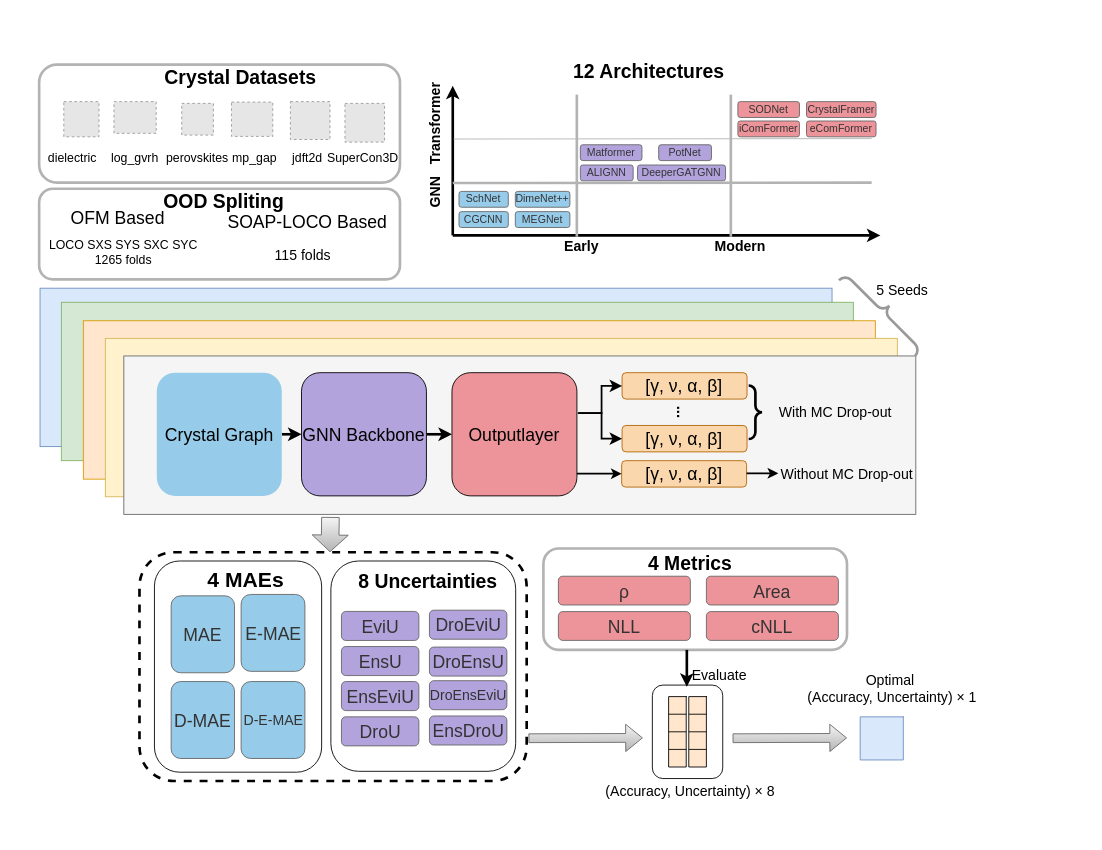
Earlier version of the draw.io diagram draw.io/MatUQ-frame.drawio (tetean/image-host). Source tidied: cells renumbered, new cells numbered last; positions are measured from the earlier drawing's top-left corner, leaving out a move shared by most shapes. Both pictures are drawn from the tidied source at 88%, with x=0, y=0 at pixel (39, 59). Pictures stored in the file or linked from it are replaced by grey dashed boxes.
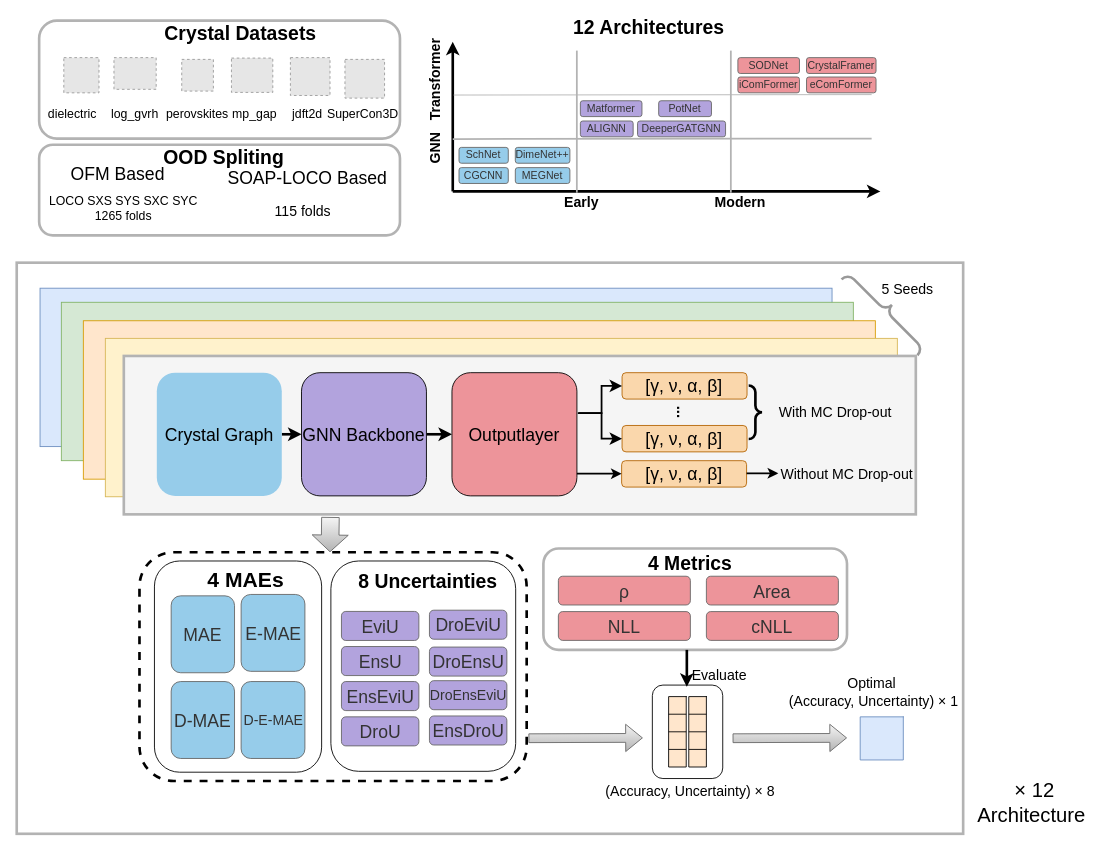
Above is the later version.

Change to the diagram source:
```diff
@@
+    <mxCell id="120" style="rounded=0;whiteSpace=wrap;html=1;strokeWidth=3;strokeColor=light-dark(#B3B3B3,#B3B3B3);" parent="1" vertex="1">
+      <mxGeometry x="-25.5" y="231" width="1075.5" height="649" as="geometry" />
+    </mxCell>
@@
     <mxCell id="3" style="rounded=1;whiteSpace=wrap;html=1;strokeWidth=3;strokeColor=light-dark(#B3B3B3,#B3B3B3);" parent="1" vertex="1">
-      <mxGeometry y="6" width="410" height="134" as="geometry" />
+      <mxGeometry y="-44" width="410" height="134" as="geometry" />
     </mxCell>
     <mxCell id="4" style="rounded=1;whiteSpace=wrap;html=1;strokeWidth=3;strokeColor=light-dark(#B3B3B3,#B3B3B3);" parent="1" vertex="1">
-      <mxGeometry y="147" width="410" height="103" as="geometry" />
+      <mxGeometry y="97" width="410" height="103" as="geometry" />
     </mxCell>
     <mxCell id="5" style="endArrow=classic;html=1;rounded=0;strokeWidth=3;" parent="1" edge="1">
       <mxGeometry relative="1" as="geometry">
-        <mxPoint x="470" y="200" as="sourcePoint" />
-        <mxPoint x="956" y="200" as="targetPoint" />
+        <mxPoint x="470" y="150" as="sourcePoint" />
+        <mxPoint x="956" y="150" as="targetPoint" />
       </mxGeometry>
     </mxCell>
     <mxCell id="6" style="endArrow=classic;html=1;rounded=0;strokeWidth=3;" parent="1" edge="1">
       <mxGeometry relative="1" as="geometry">
-        <mxPoint x="470" y="200" as="sourcePoint" />
-        <mxPoint x="470" y="30" as="targetPoint" />
+        <mxPoint x="470" y="150" as="sourcePoint" />
+        <mxPoint x="470" y="-20" as="targetPoint" />
       </mxGeometry>
     </mxCell>
     <mxCell id="7" value="&lt;span style=&quot;&quot;&gt;CGCNN&lt;/span&gt;" style="rounded=1;whiteSpace=wrap;html=1;rotation=0;labelBackgroundColor=none;fillColor=#96CCEA;fontColor=#333333;strokeColor=#666666;" parent="1" vertex="1">
-      <mxGeometry x="477.1" y="173" width="56" height="18" as="geometry" />
+      <mxGeometry x="477.1" y="123" width="56" height="18" as="geometry" />
     </mxCell>
     <mxCell id="8" value="&lt;b&gt;&lt;font style=&quot;font-size: 22px;&quot;&gt;12 Architectures&amp;nbsp;&lt;/font&gt;&lt;/b&gt;" style="text;html=1;whiteSpace=wrap;strokeColor=none;fillColor=none;align=center;verticalAlign=middle;rounded=0;rotation=0;" parent="1" vertex="1">
-      <mxGeometry x="416" width="560" height="30" as="geometry" />
+      <mxGeometry x="416" y="-50" width="560" height="30" as="geometry" />
     </mxCell>
     <mxCell id="9" value="&lt;span style=&quot;&quot;&gt;SchNet&lt;/span&gt;" style="rounded=1;whiteSpace=wrap;html=1;rotation=0;labelBackgroundColor=none;fillColor=#96CCEA;fontColor=#333333;strokeColor=#666666;" parent="1" vertex="1">
-      <mxGeometry x="477.1" y="150" width="56" height="18" as="geometry" />
+      <mxGeometry x="477.1" y="100" width="56" height="18" as="geometry" />
     </mxCell>
     <mxCell id="10" value="&lt;span style=&quot;&quot;&gt;MEGNet&lt;/span&gt;" style="rounded=1;whiteSpace=wrap;html=1;rotation=0;labelBackgroundColor=none;fillColor=#96CCEA;fontColor=#333333;strokeColor=#666666;" parent="1" vertex="1">
-      <mxGeometry x="541.1" y="173" width="62" height="18" as="geometry" />
+      <mxGeometry x="541.1" y="123" width="62" height="18" as="geometry" />
     </mxCell>
     <mxCell id="11" value="ALIGNN" style="rounded=1;whiteSpace=wrap;html=1;rotation=0;labelBackgroundColor=none;fillColor=#B2A3DD;fontColor=#333333;strokeColor=#666666;" parent="1" vertex="1">
-      <mxGeometry x="615" y="120" width="60" height="18" as="geometry" />
+      <mxGeometry x="615" y="70" width="60" height="18" as="geometry" />
     </mxCell>
     <mxCell id="12" value="PotNet" style="rounded=1;whiteSpace=wrap;html=1;rotation=0;labelBackgroundColor=none;fillColor=#B2A3DD;fontColor=#333333;strokeColor=#666666;" parent="1" vertex="1">
-      <mxGeometry x="704" y="97" width="60" height="18" as="geometry" />
+      <mxGeometry x="704" y="47" width="60" height="18" as="geometry" />
     </mxCell>
     <mxCell id="13" value="iComFormer" style="rounded=1;whiteSpace=wrap;html=1;rotation=0;labelBackgroundColor=none;fillColor=#ED949A;fontColor=#333333;strokeColor=#666666;" parent="1" vertex="1">
-      <mxGeometry x="794" y="70" width="70" height="18" as="geometry" />
+      <mxGeometry x="794" y="20" width="70" height="18" as="geometry" />
     </mxCell>
     <mxCell id="14" value="eComFormer" style="rounded=1;whiteSpace=wrap;html=1;rotation=0;labelBackgroundColor=none;fillColor=#ED949A;fontColor=#333333;strokeColor=#666666;" parent="1" vertex="1">
-      <mxGeometry x="872" y="70" width="79" height="18" as="geometry" />
+      <mxGeometry x="872" y="20" width="79" height="18" as="geometry" />
     </mxCell>
     <mxCell id="15" value="DeeperGATGNN" style="rounded=1;whiteSpace=wrap;html=1;rotation=0;labelBackgroundColor=none;fillColor=#B2A3DD;fontColor=#333333;strokeColor=#666666;" parent="1" vertex="1">
-      <mxGeometry x="680" y="120" width="100" height="18" as="geometry" />
+      <mxGeometry x="680" y="70" width="100" height="18" as="geometry" />
     </mxCell>
     <mxCell id="16" value="Matformer" style="rounded=1;whiteSpace=wrap;html=1;rotation=0;labelBackgroundColor=none;fillColor=#B2A3DD;fontColor=#333333;strokeColor=#666666;" parent="1" vertex="1">
-      <mxGeometry x="615" y="97" width="70" height="18" as="geometry" />
+      <mxGeometry x="615" y="47" width="70" height="18" as="geometry" />
     </mxCell>
     <mxCell id="17" value="SODNet" style="rounded=1;whiteSpace=wrap;html=1;rotation=0;labelBackgroundColor=none;fillColor=#ED949A;fontColor=#333333;strokeColor=#666666;" parent="1" vertex="1">
-      <mxGeometry x="794" y="48" width="70" height="18" as="geometry" />
+      <mxGeometry x="794" y="-2" width="70" height="18" as="geometry" />
     </mxCell>
     <mxCell id="18" value="CrystalFramer" style="rounded=1;whiteSpace=wrap;html=1;rotation=0;labelBackgroundColor=none;fillColor=#ED949A;fontColor=#333333;strokeColor=#666666;" parent="1" vertex="1">
-      <mxGeometry x="872" y="48" width="79" height="18" as="geometry" />
+      <mxGeometry x="872" y="-2" width="79" height="18" as="geometry" />
     </mxCell>
-    <mxCell id="19" style="endArrow=none;html=1;rounded=0;strokeColor=light-dark(#B3B3B3,#B3B3B3);strokeWidth=3;" parent="1" edge="1">
+    <mxCell id="19" style="endArrow=none;html=1;rounded=0;strokeColor=light-dark(#B3B3B3,#B3B3B3);strokeWidth=2;" parent="1" edge="1">
       <mxGeometry relative="1" as="geometry">
-        <mxPoint x="470" y="140.5" as="sourcePoint" />
-        <mxPoint x="946" y="140" as="targetPoint" />
+        <mxPoint x="470" y="90.5" as="sourcePoint" />
+        <mxPoint x="946" y="90" as="targetPoint" />
       </mxGeometry>
     </mxCell>
     <mxCell id="20" value="DimeNet++" style="rounded=1;whiteSpace=wrap;html=1;rotation=0;labelBackgroundColor=none;fillColor=#96CCEA;fontColor=#333333;strokeColor=#666666;" parent="1" vertex="1">
-      <mxGeometry x="541.1" y="150" width="62" height="18" as="geometry" />
+      <mxGeometry x="541.1" y="100" width="62" height="18" as="geometry" />
     </mxCell>
     <mxCell id="21" style="endArrow=none;html=1;rounded=0;strokeColor=#B3B3B3;" parent="1" edge="1">
       <mxGeometry relative="1" as="geometry">
-        <mxPoint x="471" y="90.5" as="sourcePoint" />
-        <mxPoint x="946" y="90" as="targetPoint" />
+        <mxPoint x="471" y="40.5" as="sourcePoint" />
+        <mxPoint x="946" y="40" as="targetPoint" />
       </mxGeometry>
     </mxCell>
-    <mxCell id="22" style="endArrow=none;html=1;rounded=0;fillColor=#f5f5f5;strokeColor=light-dark(#B3B3B3,#B3B3B3);strokeWidth=3;" parent="1" edge="1">
+    <mxCell id="22" style="endArrow=none;html=1;rounded=0;fillColor=#f5f5f5;strokeColor=light-dark(#B3B3B3,#B3B3B3);strokeWidth=2;" parent="1" edge="1">
       <mxGeometry relative="1" as="geometry">
-        <mxPoint x="611" y="201.5" as="sourcePoint" />
-        <mxPoint x="611" y="40" as="targetPoint" />
+        <mxPoint x="611" y="151.5" as="sourcePoint" />
+        <mxPoint x="611" y="-10" as="targetPoint" />
       </mxGeometry>
     </mxCell>
-    <mxCell id="23" style="endArrow=none;html=1;rounded=0;strokeColor=light-dark(#B3B3B3,#B3B3B3);strokeWidth=3;" parent="1" edge="1">
+    <mxCell id="23" style="endArrow=none;html=1;rounded=0;strokeColor=light-dark(#B3B3B3,#B3B3B3);strokeWidth=2;" parent="1" edge="1">
       <mxGeometry relative="1" as="geometry">
-        <mxPoint x="786" y="201.5" as="sourcePoint" />
-        <mxPoint x="786" y="40" as="targetPoint" />
+        <mxPoint x="786" y="151.5" as="sourcePoint" />
+        <mxPoint x="786" y="-10" as="targetPoint" />
       </mxGeometry>
     </mxCell>
     <mxCell id="24" value="&lt;span style=&quot;color: rgb(0, 0, 0); font-family: Helvetica; font-style: normal; font-variant-ligatures: normal; font-variant-caps: normal; letter-spacing: normal; orphans: 2; text-align: center; text-indent: 0px; text-transform: none; widows: 2; word-spacing: 0px; -webkit-text-stroke-width: 0px; white-space: normal; text-decoration-thickness: initial; text-decoration-style: initial; text-decoration-color: initial; float: none; display: inline !important;&quot;&gt;&lt;b&gt;Early&lt;/b&gt;&lt;/span&gt;" style="text;whiteSpace=wrap;html=1;fontSize=16;" parent="1" vertex="1">
-      <mxGeometry x="594.5" y="196" width="39.5" height="24" as="geometry" />
+      <mxGeometry x="594.5" y="146" width="39.5" height="24" as="geometry" />
     </mxCell>
     <mxCell id="25" value="&lt;b&gt;GNN&lt;/b&gt;" style="text;html=1;whiteSpace=wrap;strokeColor=none;fillColor=none;align=center;verticalAlign=middle;rounded=0;rotation=-90;fontSize=16;" parent="1" vertex="1">
-      <mxGeometry x="410" y="136" width="80" height="30" as="geometry" />
+      <mxGeometry x="410" y="86" width="80" height="30" as="geometry" />
     </mxCell>
     <mxCell id="26" value="&lt;b&gt;Transformer&lt;/b&gt;" style="text;html=1;whiteSpace=wrap;strokeColor=none;fillColor=none;align=center;verticalAlign=middle;rounded=0;rotation=-90;fontSize=16;" parent="1" vertex="1">
-      <mxGeometry x="410" y="58" width="80" height="30" as="geometry" />
+      <mxGeometry x="410" y="8" width="80" height="30" as="geometry" />
     </mxCell>
     <mxCell id="27" value="&lt;span style=&quot;color: rgb(0, 0, 0); font-family: Helvetica; font-style: normal; font-variant-ligatures: normal; font-variant-caps: normal; letter-spacing: normal; orphans: 2; text-align: center; text-indent: 0px; text-transform: none; widows: 2; word-spacing: 0px; -webkit-text-stroke-width: 0px; white-space: normal; text-decoration-thickness: initial; text-decoration-style: initial; text-decoration-color: initial; float: none; display: inline !important;&quot;&gt;&lt;b&gt;Modern&lt;/b&gt;&lt;/span&gt;" style="text;whiteSpace=wrap;html=1;fontSize=16;" parent="1" vertex="1">
-      <mxGeometry x="766" y="196" width="60" height="30" as="geometry" />
+      <mxGeometry x="766" y="146" width="60" height="30" as="geometry" />
     </mxCell>
     <mxCell id="28" style="fillColor=#E6E6E6;strokeColor=#999999;dashed=1;verticalLabelPosition=bottom;labelBackgroundColor=default;verticalAlign=top;" parent="1" vertex="1">
-      <mxGeometry x="28" y="48" width="40" height="40" as="geometry" />
+      <mxGeometry x="28" y="-2" width="40" height="40" as="geometry" />
     </mxCell>
     <mxCell id="29" style="fillColor=#E6E6E6;strokeColor=#999999;dashed=1;verticalLabelPosition=bottom;labelBackgroundColor=default;verticalAlign=top;" parent="1" vertex="1">
-      <mxGeometry x="85" y="48" width="48" height="36" as="geometry" />
+      <mxGeometry x="85" y="-2" width="48" height="36" as="geometry" />
     </mxCell>
     <mxCell id="30" style="fillColor=#E6E6E6;strokeColor=#999999;dashed=1;verticalLabelPosition=bottom;labelBackgroundColor=default;verticalAlign=top;" parent="1" vertex="1">
-      <mxGeometry x="162" y="50" width="36" height="36" as="geometry" />
+      <mxGeometry x="162" width="36" height="36" as="geometry" />
     </mxCell>
     <mxCell id="31" style="fillColor=#E6E6E6;strokeColor=#999999;dashed=1;verticalLabelPosition=bottom;labelBackgroundColor=default;verticalAlign=top;" parent="1" vertex="1">
-      <mxGeometry x="218.5" y="48.5" width="47" height="39" as="geometry" />
+      <mxGeometry x="218.5" y="-1.5" width="47" height="39" as="geometry" />
     </mxCell>
     <mxCell id="32" style="fillColor=#E6E6E6;strokeColor=#999999;dashed=1;verticalLabelPosition=bottom;labelBackgroundColor=default;verticalAlign=top;" parent="1" vertex="1">
-      <mxGeometry x="285.5" y="48" width="45" height="43" as="geometry" />
+      <mxGeometry x="285.5" y="-2" width="45" height="43" as="geometry" />
     </mxCell>
     <mxCell id="33" style="fillColor=#E6E6E6;strokeColor=#999999;dashed=1;verticalLabelPosition=bottom;labelBackgroundColor=default;verticalAlign=top;" parent="1" vertex="1">
-      <mxGeometry x="347.5" y="50" width="45" height="44" as="geometry" />
+      <mxGeometry x="347.5" width="45" height="44" as="geometry" />
     </mxCell>
     <mxCell id="34" value="&lt;font style=&quot;font-size: 22px;&quot;&gt;&lt;b&gt;Crystal Datasets&lt;/b&gt;&lt;/font&gt;" style="text;html=1;whiteSpace=wrap;strokeColor=none;fillColor=none;align=center;verticalAlign=middle;rounded=0;" parent="1" vertex="1">
-      <mxGeometry x="114" y="6" width="230" height="30" as="geometry" />
+      <mxGeometry x="114" y="-44" width="230" height="30" as="geometry" />
     </mxCell>
     <mxCell id="35" value="&lt;font style=&quot;font-size: 22px;&quot;&gt;&lt;b&gt;OOD Spliting&lt;/b&gt;&lt;/font&gt;" style="text;html=1;whiteSpace=wrap;strokeColor=none;fillColor=none;align=center;verticalAlign=middle;rounded=0;" parent="1" vertex="1">
-      <mxGeometry x="94.5" y="147" width="230" height="30" as="geometry" />
+      <mxGeometry x="94.5" y="97" width="230" height="30" as="geometry" />
     </mxCell>
     <mxCell id="36" value="&lt;font style=&quot;font-size: 20px;&quot;&gt;OFM Based&lt;/font&gt;" style="text;html=1;whiteSpace=wrap;strokeColor=none;fillColor=none;align=center;verticalAlign=middle;rounded=0;" parent="1" vertex="1">
-      <mxGeometry x="28.5" y="165" width="121" height="30" as="geometry" />
+      <mxGeometry x="28.5" y="115" width="121" height="30" as="geometry" />
     </mxCell>
     <mxCell id="37" value="&lt;font style=&quot;font-size: 20px;&quot;&gt;SOAP-LOCO Based&lt;/font&gt;" style="text;html=1;whiteSpace=wrap;strokeColor=none;fillColor=none;align=center;verticalAlign=middle;rounded=0;" parent="1" vertex="1">
-      <mxGeometry x="205" y="168.5" width="200" height="30" as="geometry" />
+      <mxGeometry x="205" y="118.5" width="200" height="30" as="geometry" />
     </mxCell>
     <mxCell id="38" value="&lt;font style=&quot;font-size: 14px;&quot;&gt;LOCO SXS SYS SXC SYC&lt;/font&gt;&lt;div&gt;&lt;font style=&quot;font-size: 14px;&quot;&gt;1265 folds&lt;/font&gt;&lt;/div&gt;" style="text;html=1;whiteSpace=wrap;strokeColor=none;fillColor=none;align=center;verticalAlign=middle;rounded=0;" parent="1" vertex="1">
-      <mxGeometry x="1" y="198.5" width="190" height="40" as="geometry" />
+      <mxGeometry x="1" y="148.5" width="190" height="40" as="geometry" />
     </mxCell>
     <mxCell id="39" value="&lt;div style=&quot;forced-color-adjust: none; color: rgb(0, 0, 0); font-family: Helvetica; font-style: normal; font-variant-ligatures: normal; font-variant-caps: normal; font-weight: 400; letter-spacing: normal; orphans: 2; text-align: center; text-indent: 0px; text-transform: none; widows: 2; word-spacing: 0px; -webkit-text-stroke-width: 0px; white-space: normal; text-decoration-thickness: initial; text-decoration-style: initial; text-decoration-color: initial;&quot;&gt;&lt;font style=&quot;font-size: 16px;&quot;&gt;115 folds&lt;/font&gt;&lt;/div&gt;" style="text;whiteSpace=wrap;html=1;" parent="1" vertex="1">
-      <mxGeometry x="265.5" y="206" width="106" height="25" as="geometry" />
+      <mxGeometry x="265.5" y="156" width="106" height="25" as="geometry" />
     </mxCell>
@@
     <mxCell id="69" value="&lt;font style=&quot;font-size: 16px;&quot;&gt;Optimal&amp;nbsp;&lt;/font&gt;&lt;div&gt;&lt;font style=&quot;font-size: 16px;&quot;&gt;(Accuracy, Uncertainty) × 1&lt;/font&gt;&lt;/div&gt;" style="text;html=1;whiteSpace=wrap;strokeColor=none;fillColor=none;align=center;verticalAlign=middle;rounded=0;" parent="1" vertex="1">
-      <mxGeometry x="872" y="695.4" width="195.4" height="40" as="geometry" />
+      <mxGeometry x="851.1" y="699" width="195.4" height="40" as="geometry" />
     </mxCell>
@@
     <mxCell id="90" value="&lt;font style=&quot;font-size: 14px;&quot;&gt;dielectric&lt;/font&gt;" style="text;html=1;whiteSpace=wrap;strokeColor=none;fillColor=none;align=center;verticalAlign=middle;rounded=0;" parent="1" vertex="1">
-      <mxGeometry x="8" y="97" width="60" height="30" as="geometry" />
+      <mxGeometry x="8" y="47" width="60" height="30" as="geometry" />
     </mxCell>
     <mxCell id="91" value="&lt;font style=&quot;font-size: 14px;&quot;&gt;log_gvrh&lt;/font&gt;" style="text;html=1;whiteSpace=wrap;strokeColor=none;fillColor=none;align=center;verticalAlign=middle;rounded=0;" parent="1" vertex="1">
-      <mxGeometry x="79" y="97" width="60" height="30" as="geometry" />
+      <mxGeometry x="79" y="47" width="60" height="30" as="geometry" />
     </mxCell>
     <mxCell id="92" value="&lt;font style=&quot;font-size: 14px;&quot;&gt;perovskites&lt;/font&gt;" style="text;html=1;whiteSpace=wrap;strokeColor=none;fillColor=none;align=center;verticalAlign=middle;rounded=0;" parent="1" vertex="1">
-      <mxGeometry x="150" y="97" width="60" height="30" as="geometry" />
+      <mxGeometry x="150" y="47" width="60" height="30" as="geometry" />
     </mxCell>
     <mxCell id="93" value="&lt;font style=&quot;font-size: 14px;&quot;&gt;jdft2d&lt;/font&gt;" style="text;html=1;whiteSpace=wrap;strokeColor=none;fillColor=none;align=center;verticalAlign=middle;rounded=0;" parent="1" vertex="1">
-      <mxGeometry x="275" y="97" width="60" height="30" as="geometry" />
+      <mxGeometry x="275" y="47" width="60" height="30" as="geometry" />
     </mxCell>
     <mxCell id="94" value="&lt;font style=&quot;font-size: 14px;&quot;&gt;mp_gap&lt;/font&gt;" style="text;html=1;whiteSpace=wrap;strokeColor=none;fillColor=none;align=center;verticalAlign=middle;rounded=0;" parent="1" vertex="1">
-      <mxGeometry x="215" y="97" width="60" height="30" as="geometry" />
+      <mxGeometry x="215" y="47" width="60" height="30" as="geometry" />
     </mxCell>
     <mxCell id="95" value="&lt;font style=&quot;font-size: 14px;&quot;&gt;SuperCon3D&lt;/font&gt;" style="text;html=1;whiteSpace=wrap;strokeColor=none;fillColor=none;align=center;verticalAlign=middle;rounded=0;" parent="1" vertex="1">
-      <mxGeometry x="337.5" y="97" width="60" height="30" as="geometry" />
+      <mxGeometry x="337.5" y="47" width="60" height="30" as="geometry" />
     </mxCell>
@@
-    <mxCell id="100" style="rounded=0;whiteSpace=wrap;html=1;fillColor=#f5f5f5;strokeColor=#666666;fontColor=#333333;" parent="1" vertex="1">
+    <mxCell id="100" style="rounded=0;whiteSpace=wrap;html=1;fillColor=#f5f5f5;strokeColor=light-dark(#B3B3B3,#B3B3B3);fontColor=#333333;strokeWidth=3;" parent="1" vertex="1">
       <mxGeometry x="96.2" y="337" width="900" height="180" as="geometry" />
     </mxCell>
     <mxCell id="101" value="&lt;font style=&quot;font-size: 16px;&quot;&gt;5 Seeds&lt;/font&gt;" style="text;html=1;whiteSpace=wrap;strokeColor=none;fillColor=none;align=center;verticalAlign=middle;rounded=0;rotation=0;" parent="1" vertex="1">
-      <mxGeometry x="943.9" y="247" width="74" height="30" as="geometry" />
+      <mxGeometry x="950" y="246" width="74" height="30" as="geometry" />
     </mxCell>
     <mxCell id="102" style="verticalLabelPosition=bottom;shadow=0;dashed=0;align=center;html=1;verticalAlign=top;strokeWidth=3;shape=mxgraph.mockup.markup.curlyBrace;whiteSpace=wrap;strokeColor=#999999;rotation=45;" parent="1" vertex="1">
-      <mxGeometry x="898.1" y="277" width="122" height="20" as="geometry" />
+      <mxGeometry x="901" y="276" width="122" height="20" as="geometry" />
     </mxCell>
@@
+    <mxCell id="121" value="&lt;font style=&quot;font-size: 23px;&quot;&gt;&amp;nbsp;× 12&lt;/font&gt;&lt;div&gt;&lt;font style=&quot;font-size: 23px;&quot;&gt;Architecture&lt;/font&gt;&lt;/div&gt;" style="text;html=1;whiteSpace=wrap;strokeColor=none;fillColor=none;align=center;verticalAlign=middle;rounded=0;rotation=0;" parent="1" vertex="1">
+      <mxGeometry x="1065" y="830" width="126" height="30" as="geometry" />
+    </mxCell>
```
